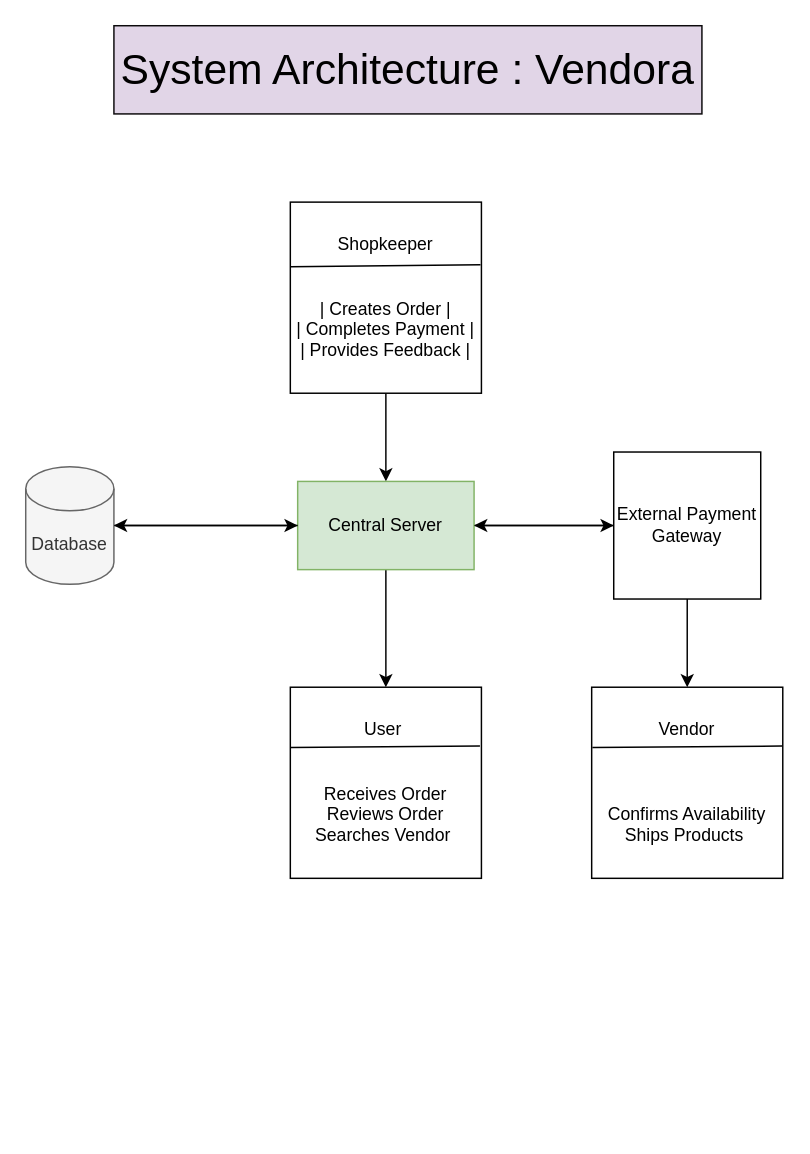
The draw.io diagram SystemArchitecture.drawio in shivamshinde6164/Vendora, before the edit. Source tidied: cells renumbered, new cells numbered last; positions are measured from the earlier drawing's top-left corner, leaving out a move shared by most shapes. Both pictures are drawn from the tidied source at 147%, with x=0, y=0 at pixel (25, 25).
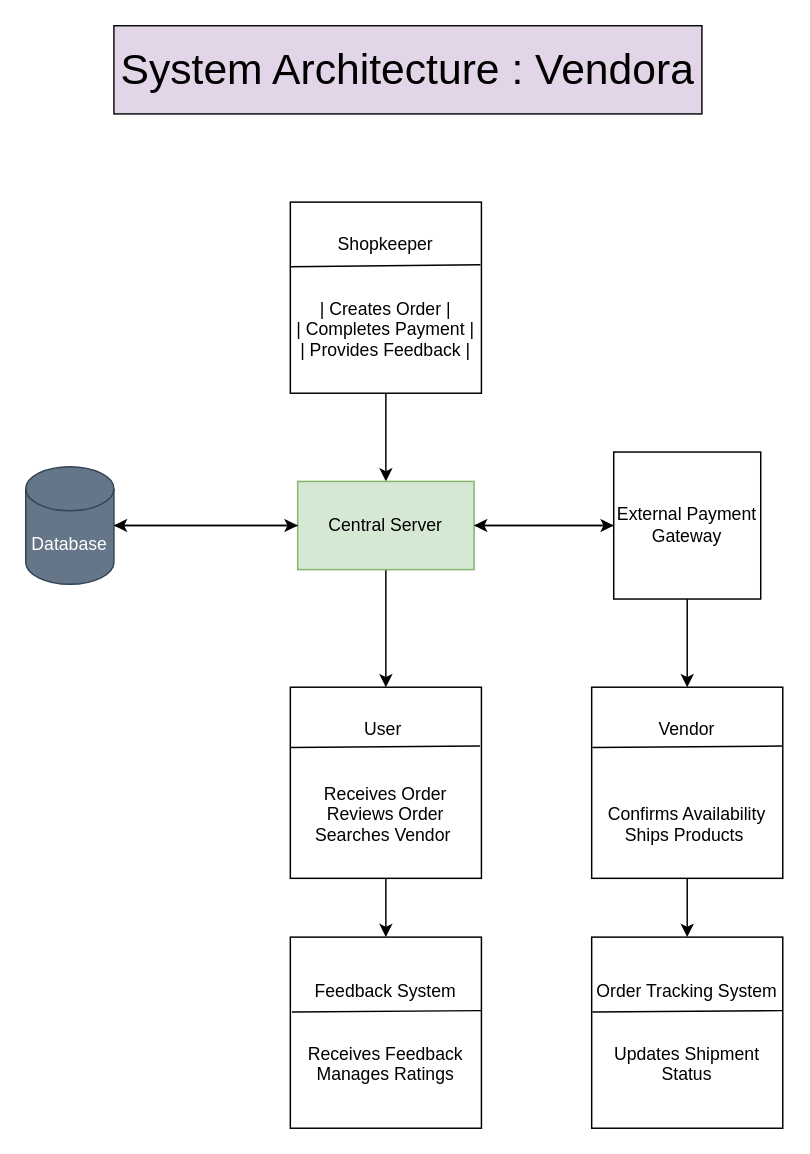
Above is the later version.

Unchanged cells that the change refers to:
```xml
<mxCell id="11" value="User&amp;nbsp;&lt;br&gt;&lt;br&gt;&lt;br&gt;&lt;span&gt;Receives &lt;/span&gt;&lt;span&gt;Order&lt;br&gt;&lt;/span&gt;&lt;div&gt;&lt;span&gt;Reviews &lt;/span&gt;&lt;span&gt;Order&lt;br&gt;Searches Vendor&amp;nbsp;&lt;/span&gt;&lt;span&gt;&lt;/span&gt;&lt;/div&gt;" style="whiteSpace=wrap;html=1;" parent="1" vertex="1">
  <mxGeometry x="180" y="450" width="130" height="130" as="geometry" />
</mxCell>
<mxCell id="17" value="Vendor &lt;br&gt;&lt;br&gt;&lt;br&gt;&lt;br&gt;&lt;span&gt;Confirms &lt;/span&gt;&lt;span&gt;Availability&lt;/span&gt;&lt;span&gt;&lt;br&gt;&lt;/span&gt;&lt;div&gt;&lt;span style=&quot;background-color: initial;&quot;&gt;Ships &lt;/span&gt;&lt;span style=&quot;background-color: initial;&quot;&gt;Products&lt;/span&gt;&lt;span&gt;&amp;nbsp;&lt;/span&gt;&lt;span&gt;&lt;/span&gt;&lt;/div&gt;" style="whiteSpace=wrap;html=1;" parent="1" vertex="1">
  <mxGeometry x="385" y="450" width="130" height="130" as="geometry" />
</mxCell>
```

Diff of the diagram source:
```diff
@@
-    <mxCell id="10" value="Database" style="shape=cylinder3;whiteSpace=wrap;html=1;boundedLbl=1;backgroundOutline=1;size=15;fillColor=#f5f5f5;fontColor=#333333;strokeColor=#666666;" parent="1" vertex="1">
+    <mxCell id="10" value="Database" style="shape=cylinder3;whiteSpace=wrap;html=1;boundedLbl=1;backgroundOutline=1;size=15;fillColor=#647687;fontColor=#ffffff;strokeColor=#314354;" parent="1" vertex="1">
       <mxGeometry y="300" width="60" height="80" as="geometry" />
     </mxCell>
+    <mxCell id="19" style="edgeStyle=orthogonalEdgeStyle;rounded=0;jettySize=auto;html=1;exitX=0.5;exitY=1;exitDx=0;exitDy=0;entryX=0.5;entryY=0;entryDx=0;entryDy=0;" parent="1" edge="1" source="11" target="21">
+      <mxGeometry relative="1" as="geometry" />
+    </mxCell>
@@
+    <mxCell id="20" style="edgeStyle=orthogonalEdgeStyle;rounded=0;jettySize=auto;html=1;exitX=0.5;exitY=1;exitDx=0;exitDy=0;entryX=0.5;entryY=0;entryDx=0;entryDy=0;" parent="1" edge="1" source="17" target="23">
+      <mxGeometry relative="1" as="geometry" />
+    </mxCell>
@@
+    <mxCell id="21" value="&lt;span&gt;Feedback &lt;/span&gt;&lt;span&gt;System&lt;/span&gt;&lt;br&gt;&lt;br&gt;&lt;br&gt;&lt;span&gt;Receives &lt;/span&gt;&lt;span&gt;Feedback&lt;/span&gt;&lt;span&gt;&lt;br&gt;&lt;/span&gt;&lt;div&gt;&lt;span&gt;Manages &lt;/span&gt;&lt;span&gt;Ratings&lt;/span&gt;&lt;/div&gt;" style="whiteSpace=wrap;html=1;" parent="1" vertex="1">
+      <mxGeometry x="180" y="620" width="130" height="130" as="geometry" />
+    </mxCell>
+    <mxCell id="22" style="endArrow=none;html=1;rounded=0;entryX=0.995;entryY=0.328;entryDx=0;entryDy=0;entryPerimeter=0;" parent="1" edge="1">
+      <mxGeometry relative="1" as="geometry">
+        <mxPoint x="181" y="671" as="sourcePoint" />
+        <mxPoint x="310" y="670" as="targetPoint" />
+      </mxGeometry>
+    </mxCell>
+    <mxCell id="23" value="&lt;span&gt;Order &lt;/span&gt;&lt;span&gt;Tracking&amp;nbsp;System&lt;/span&gt;&lt;br&gt;&lt;br&gt;&lt;br&gt;&lt;span&gt;Updates &lt;/span&gt;&lt;span&gt;Shipment&lt;/span&gt;&lt;span&gt;&lt;br&gt;&lt;/span&gt;&lt;div&gt;Status&lt;/div&gt;" style="whiteSpace=wrap;html=1;" parent="1" vertex="1">
+      <mxGeometry x="385" y="620" width="130" height="130" as="geometry" />
+    </mxCell>
+    <mxCell id="24" style="endArrow=none;html=1;rounded=0;entryX=0.995;entryY=0.328;entryDx=0;entryDy=0;entryPerimeter=0;" parent="1" edge="1">
+      <mxGeometry relative="1" as="geometry">
+        <mxPoint x="385.5" y="671" as="sourcePoint" />
+        <mxPoint x="514.5" y="670" as="targetPoint" />
+      </mxGeometry>
+    </mxCell>
```
